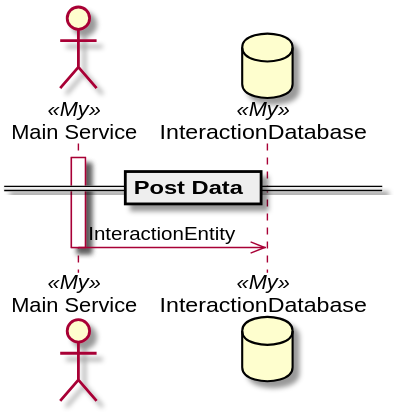
Above: docs/tuc/examples/post-data.svg in TypedUseCase/tuc-console (PlantUML), before the change.
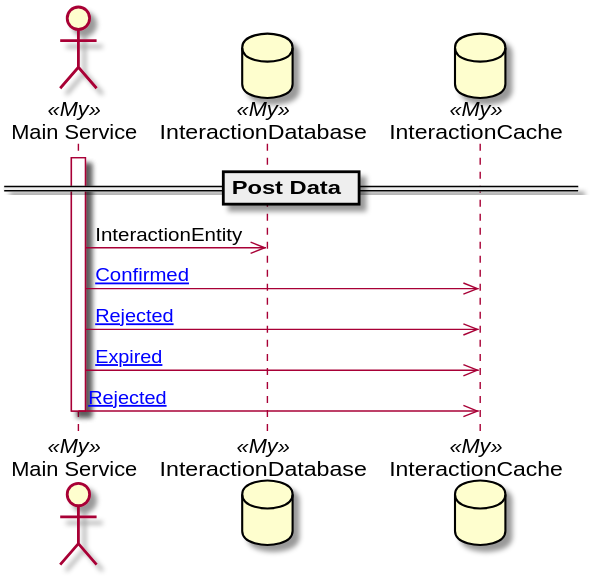
Above is the later version.

Change to the diagram source:
```diff
@@ -5,9 +5,14 @@
 
 actor "Main Service" as MainService <<My>>
 database "InteractionDatabase" as InteractionDatabase <<My>>
+database "InteractionCache" as InteractionCache <<My>>
 
 activate MainService
 MainService ->> InteractionDatabase: InteractionEntity
+MainService ->> InteractionCache: [[{InteractionEvent.Confirmed}Confirmed]]
+MainService ->> InteractionCache: [[{InteractionEvent.Rejected}Rejected]]
+MainService ->> InteractionCache: [[{InteractionEvent.Rejected.Expired}Expired]]
+MainService ->> InteractionCache: [[{InteractionEvent.Rejected.Rejected}Rejected]]
 
 deactivate MainService
 @enduml
```
